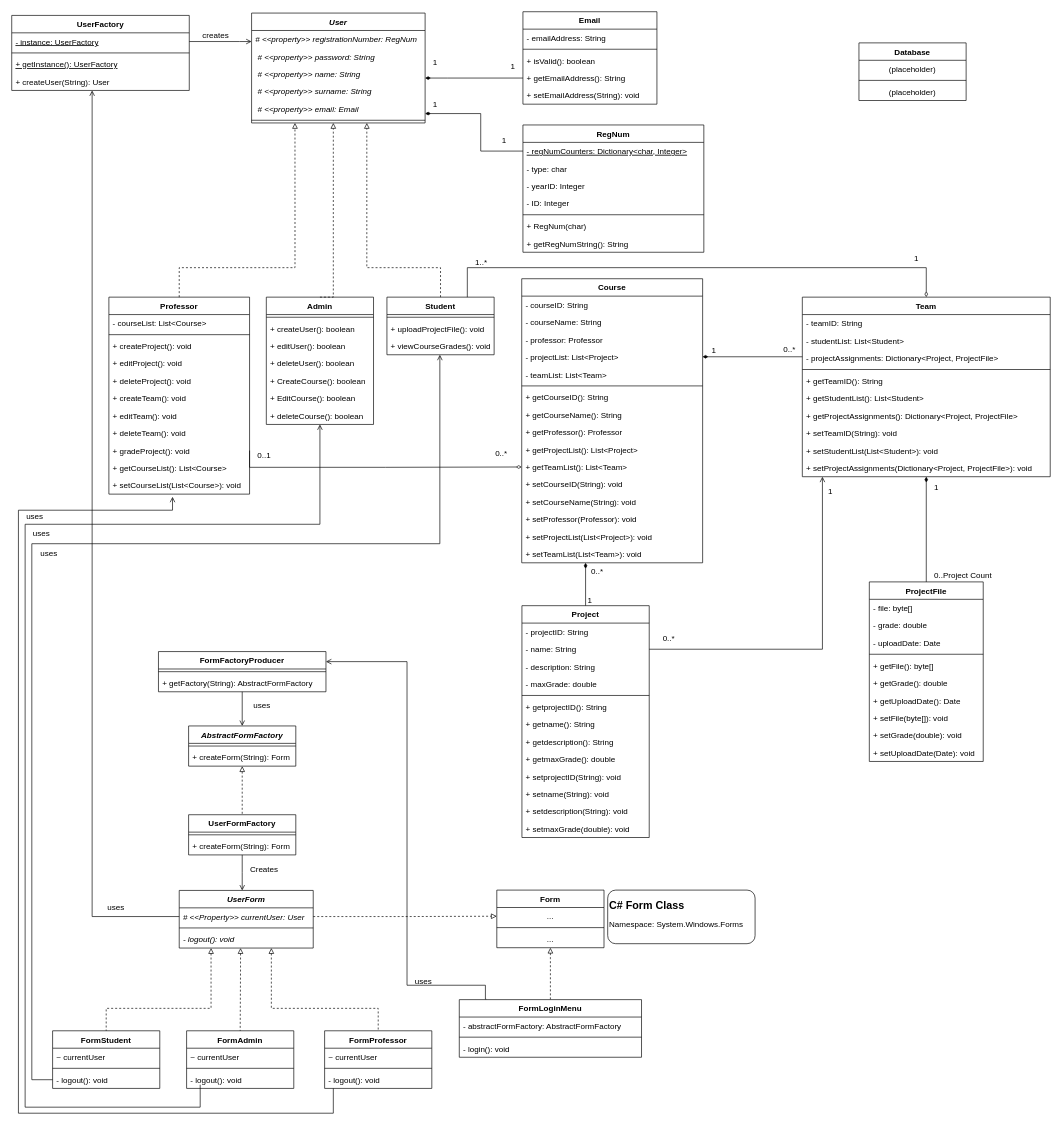
Syrko/E-ClassApplication keeps this draw.io diagram as ClassDiagrams/ClassDiagram_v1_Final.drawio. Above is the earlier version. Source tidied: cells renumbered, new cells numbered last; positions are measured from the earlier drawing's top-left corner, leaving out a move shared by most shapes. Both pictures are drawn from the tidied source at 67%, with x=0, y=0 at pixel (11, 11).
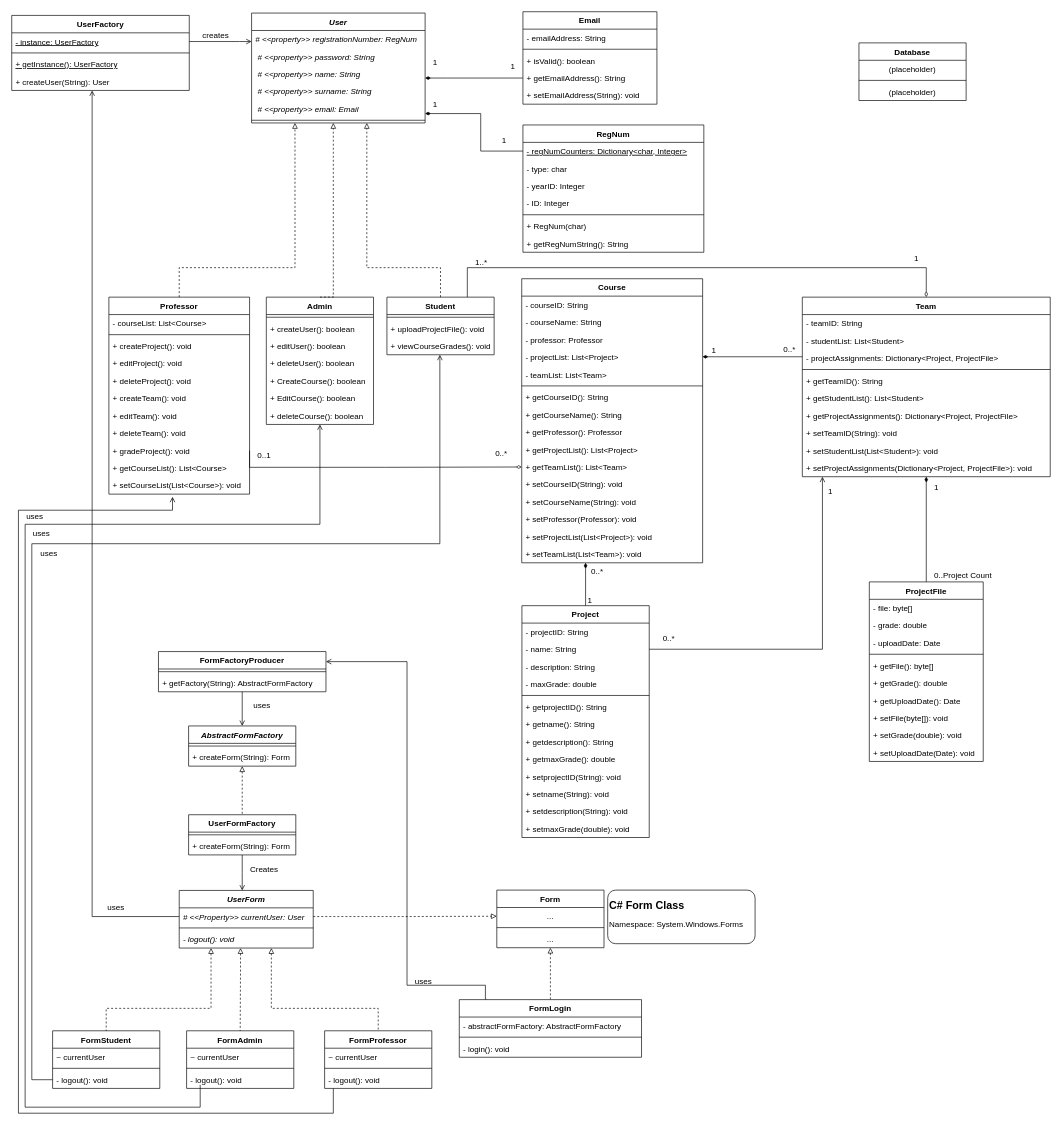
The same diagram, later.

Commit message (it also covers changes not shown here):
Changed FormLoginMenu to FormLogin

Diff of the diagram source:
```diff
@@
-    <mxCell id="163" value="FormLoginMenu" style="swimlane;fontStyle=1;align=center;verticalAlign=top;horizontal=1;startSize=26;rounded=0;strokeColor=#000000;" parent="1" vertex="1">
+    <mxCell id="163" value="FormLogin" style="swimlane;fontStyle=1;align=center;verticalAlign=top;horizontal=1;startSize=26;rounded=0;strokeColor=#000000;" parent="1" vertex="1">
       <mxGeometry x="668" y="1474.5" width="272" height="86" as="geometry" />
     </mxCell>
```
